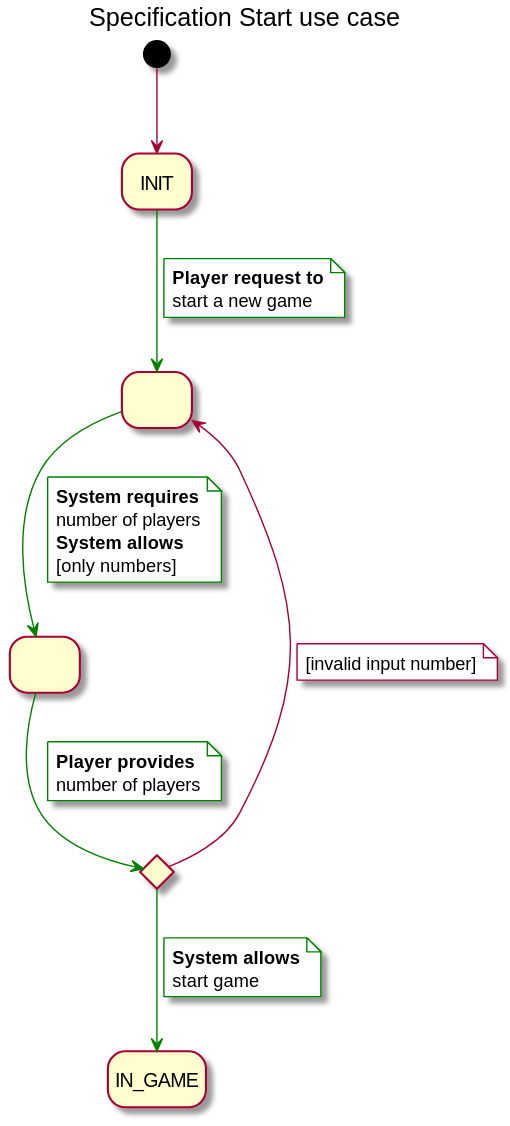
This is requirements/images/specificationStartUseCase-Specification_Start_use_case.svg from jumpering/Hanged, a PlantUML export, as it was before one commit.
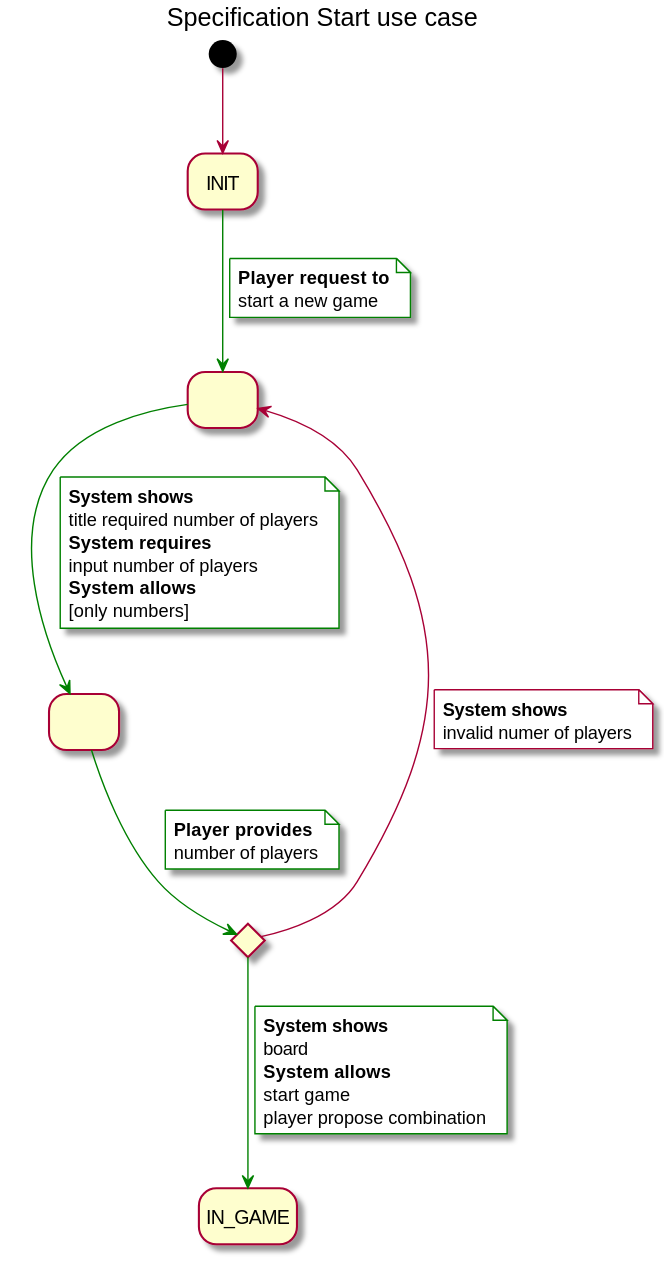
After the change.

Diff of the diagram source:
```diff
@@ -16,8 +16,10 @@
 end note
 startedGame -[#green]-> numberOfPlayers
 note on link
+  <b>System shows
+  title required number of players
   <b>System requires
-  number of players
+  input number of players
   <b>System allows
   [only numbers]
 end note
@@ -28,12 +30,16 @@
 end note
 ifValidNumberOfPlayers --> startedGame
 note on link
-  [invalid input number]
+  <b>System shows
+  invalid numer of players
 end note
 ifValidNumberOfPlayers -[#green]-> IN_GAME
 note on link
+  <b>System shows
+  board
   <b>System allows
   start game
+  player propose combination
 end note
 
 
```
